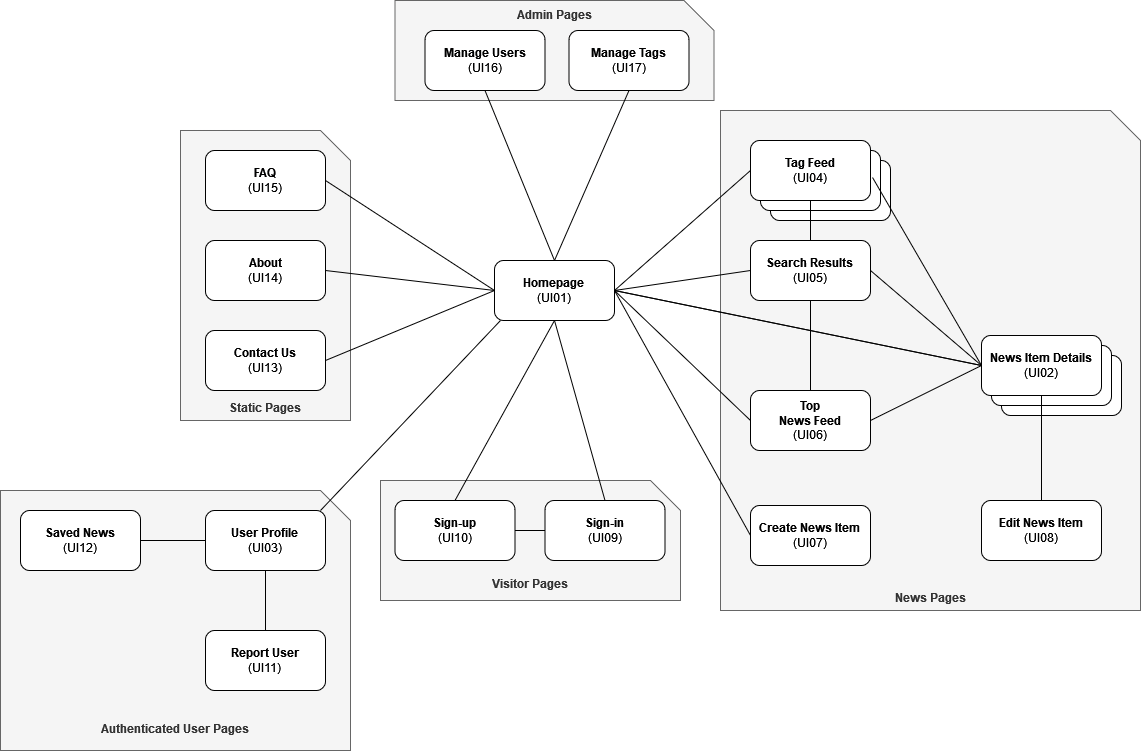
The draw.io diagram docs/pictures/sitemap.png in RuiSoares333/FEUP-LBAW, before a commit. Source tidied: cells renumbered, new cells last; positions are measured from the earlier drawing's top-left corner, leaving out a move shared by most shapes.
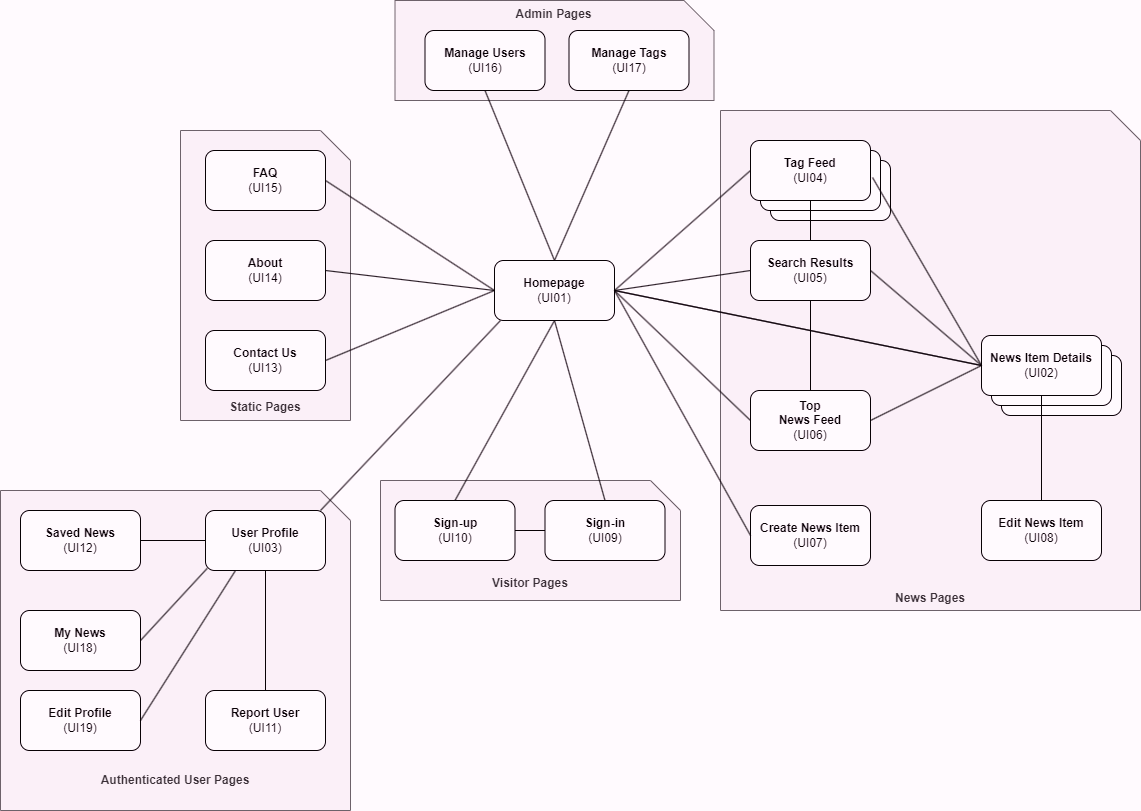
After the commit.

What changed in the source:
```diff
@@ -50,8 +50,8 @@
     <mxCell id="17" style="endArrow=none;html=1;rounded=0;entryX=1;entryY=0.5;entryDx=0;entryDy=0;exitX=0;exitY=0.5;exitDx=0;exitDy=0;" parent="1" edge="1" source="14" target="5">
       <mxGeometry relative="1" as="geometry" />
     </mxCell>
-    <mxCell id="18" value="&lt;div&gt;&lt;br&gt;&lt;/div&gt;&lt;div&gt;&lt;br&gt;&lt;/div&gt;&lt;div&gt;&lt;br&gt;&lt;/div&gt;&lt;div&gt;&lt;br&gt;&lt;/div&gt;&lt;div&gt;&lt;br&gt;&lt;/div&gt;&lt;div&gt;&lt;br&gt;&lt;/div&gt;&lt;div&gt;&lt;br&gt;&lt;/div&gt;&lt;div&gt;&lt;br&gt;&lt;/div&gt;&lt;div&gt;&lt;br&gt;&lt;/div&gt;&lt;div&gt;&lt;br&gt;&lt;/div&gt;&lt;div&gt;&lt;br&gt;&lt;/div&gt;&lt;div&gt;&lt;br&gt;&lt;/div&gt;&lt;div&gt;&lt;br&gt;&lt;/div&gt;&lt;div&gt;&lt;br&gt;&lt;/div&gt;&lt;div&gt;&lt;br&gt;&lt;/div&gt;&lt;div&gt;&lt;b&gt;Authenticated User Pages&lt;br&gt;&lt;/b&gt;&lt;/div&gt;" style="shape=card;whiteSpace=wrap;html=1;flipH=1;fillColor=#f5f5f5;fontColor=#333333;strokeColor=#666666;" parent="1" vertex="1">
-      <mxGeometry y="490" width="350" height="260" as="geometry" />
+    <mxCell id="18" value="&lt;div&gt;&lt;br&gt;&lt;/div&gt;&lt;div&gt;&lt;br&gt;&lt;/div&gt;&lt;div&gt;&lt;br&gt;&lt;/div&gt;&lt;div&gt;&lt;br&gt;&lt;/div&gt;&lt;div&gt;&lt;br&gt;&lt;/div&gt;&lt;div&gt;&lt;br&gt;&lt;/div&gt;&lt;div&gt;&lt;br&gt;&lt;/div&gt;&lt;div&gt;&lt;br&gt;&lt;/div&gt;&lt;div&gt;&lt;br&gt;&lt;/div&gt;&lt;div&gt;&lt;br&gt;&lt;/div&gt;&lt;div&gt;&lt;br&gt;&lt;/div&gt;&lt;div&gt;&lt;br&gt;&lt;/div&gt;&lt;div&gt;&lt;br&gt;&lt;/div&gt;&lt;div&gt;&lt;br&gt;&lt;/div&gt;&lt;div&gt;&lt;br&gt;&lt;/div&gt;&lt;div&gt;&lt;br&gt;&lt;/div&gt;&lt;div&gt;&lt;br&gt;&lt;/div&gt;&lt;div&gt;&lt;br&gt;&lt;/div&gt;&lt;div&gt;&lt;b&gt;Authenticated User Pages&lt;br&gt;&lt;/b&gt;&lt;/div&gt;" style="shape=card;whiteSpace=wrap;html=1;flipH=1;fillColor=#f5f5f5;fontColor=#333333;strokeColor=#666666;" parent="1" vertex="1">
+      <mxGeometry y="490" width="350" height="320" as="geometry" />
     </mxCell>
     <mxCell id="19" style="endArrow=none;html=1;rounded=0;entryX=1;entryY=0.5;entryDx=0;entryDy=0;exitX=0;exitY=0.5;exitDx=0;exitDy=0;" parent="1" edge="1" source="22" target="5">
       <mxGeometry relative="1" as="geometry" />
@@ -123,7 +123,7 @@
       <mxGeometry relative="1" as="geometry" />
     </mxCell>
     <mxCell id="42" value="&lt;b&gt;Report User&lt;/b&gt;&lt;br&gt;(UI11)" style="rounded=1;whiteSpace=wrap;html=1;" parent="1" vertex="1">
-      <mxGeometry x="205" y="630" width="120" height="60" as="geometry" />
+      <mxGeometry x="205" y="690" width="120" height="60" as="geometry" />
     </mxCell>
     <mxCell id="43" style="edgeStyle=none;rounded=0;orthogonalLoop=1;jettySize=auto;html=1;endArrow=none;endFill=0;" parent="1" edge="1">
       <mxGeometry relative="1" as="geometry">
@@ -143,10 +143,8 @@
     <mxCell id="47" value="&lt;b&gt;Sign-up&lt;/b&gt;&lt;br&gt;(UI10)" style="rounded=1;whiteSpace=wrap;html=1;" parent="1" vertex="1">
       <mxGeometry x="394.5" y="500" width="120" height="60" as="geometry" />
     </mxCell>
-    <mxCell id="48" style="edgeStyle=none;rounded=0;jettySize=auto;html=1;exitX=0.5;exitY=1;exitDx=0;exitDy=0;endArrow=none;endFill=0;" parent="1" edge="1" source="28">
-      <mxGeometry relative="1" as="geometry">
-        <mxPoint x="265" y="630" as="targetPoint" />
-      </mxGeometry>
+    <mxCell id="48" style="edgeStyle=none;rounded=0;jettySize=auto;html=1;exitX=0.5;exitY=1;exitDx=0;exitDy=0;endArrow=none;endFill=0;entryX=0.5;entryY=0;entryDx=0;entryDy=0;" parent="1" edge="1" source="28" target="42">
+      <mxGeometry relative="1" as="geometry" />
     </mxCell>
     <mxCell id="49" value="&lt;b&gt;Saved News&lt;/b&gt;&lt;br&gt;(UI12)" style="rounded=1;whiteSpace=wrap;html=1;" parent="1" vertex="1">
       <mxGeometry x="20" y="510" width="120" height="60" as="geometry" />
@@ -154,5 +152,17 @@
     <mxCell id="50" style="endArrow=none;html=1;rounded=0;exitX=1;exitY=0.5;exitDx=0;exitDy=0;entryX=0;entryY=0.5;entryDx=0;entryDy=0;" parent="1" edge="1" source="49" target="28">
       <mxGeometry relative="1" as="geometry" />
     </mxCell>
+    <mxCell id="51" value="&lt;b&gt;My News&lt;/b&gt;&lt;br&gt;(UI18)" style="rounded=1;whiteSpace=wrap;html=1;" parent="1" vertex="1">
+      <mxGeometry x="20" y="610" width="120" height="60" as="geometry" />
+    </mxCell>
+    <mxCell id="52" value="&lt;b&gt;Edit Profile&lt;/b&gt;&lt;br&gt;(UI19)" style="rounded=1;whiteSpace=wrap;html=1;" parent="1" vertex="1">
+      <mxGeometry x="20" y="690" width="120" height="60" as="geometry" />
+    </mxCell>
+    <mxCell id="53" style="endArrow=none;html=1;rounded=0;entryX=1;entryY=0.5;entryDx=0;entryDy=0;exitX=0.014;exitY=0.965;exitDx=0;exitDy=0;exitPerimeter=0;" parent="1" edge="1" source="28" target="51">
+      <mxGeometry relative="1" as="geometry" />
+    </mxCell>
+    <mxCell id="54" style="endArrow=none;html=1;rounded=0;exitX=1;exitY=0.5;exitDx=0;exitDy=0;entryX=0.25;entryY=1;entryDx=0;entryDy=0;" parent="1" edge="1" source="52" target="28">
+      <mxGeometry relative="1" as="geometry" />
+    </mxCell>
   </root>
 </mxGraphModel>
```
